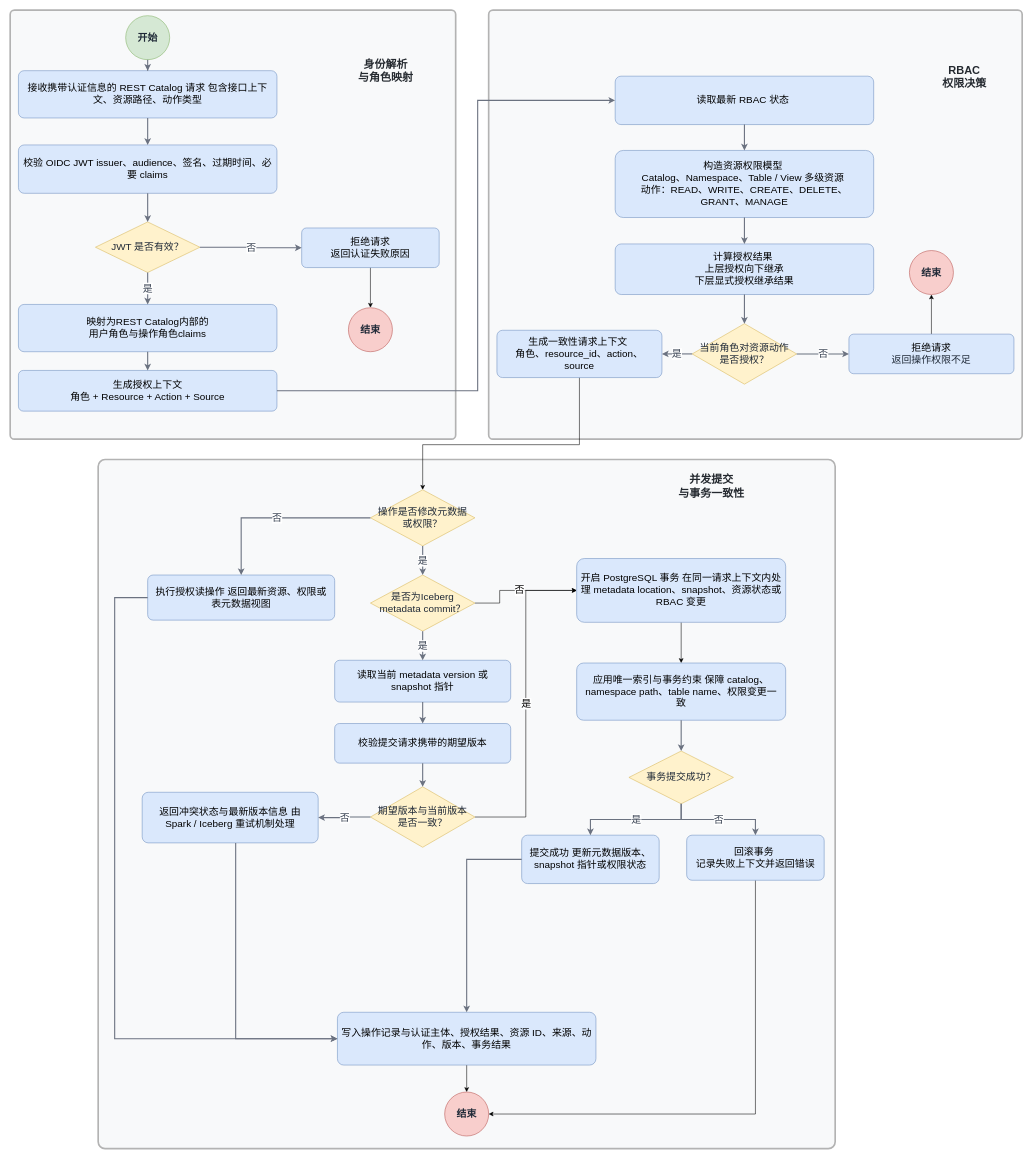
The draw.io diagram frontend/功能点3-3.drawio in ApolloMeridian/miniprogram, before the edit. Source tidied: cells renumbered, new cells numbered last; positions are measured from the earlier drawing's top-left corner, leaving out a move shared by most shapes. Both pictures are drawn from the tidied source at 55%, with x=0, y=0 at pixel (10, 10).
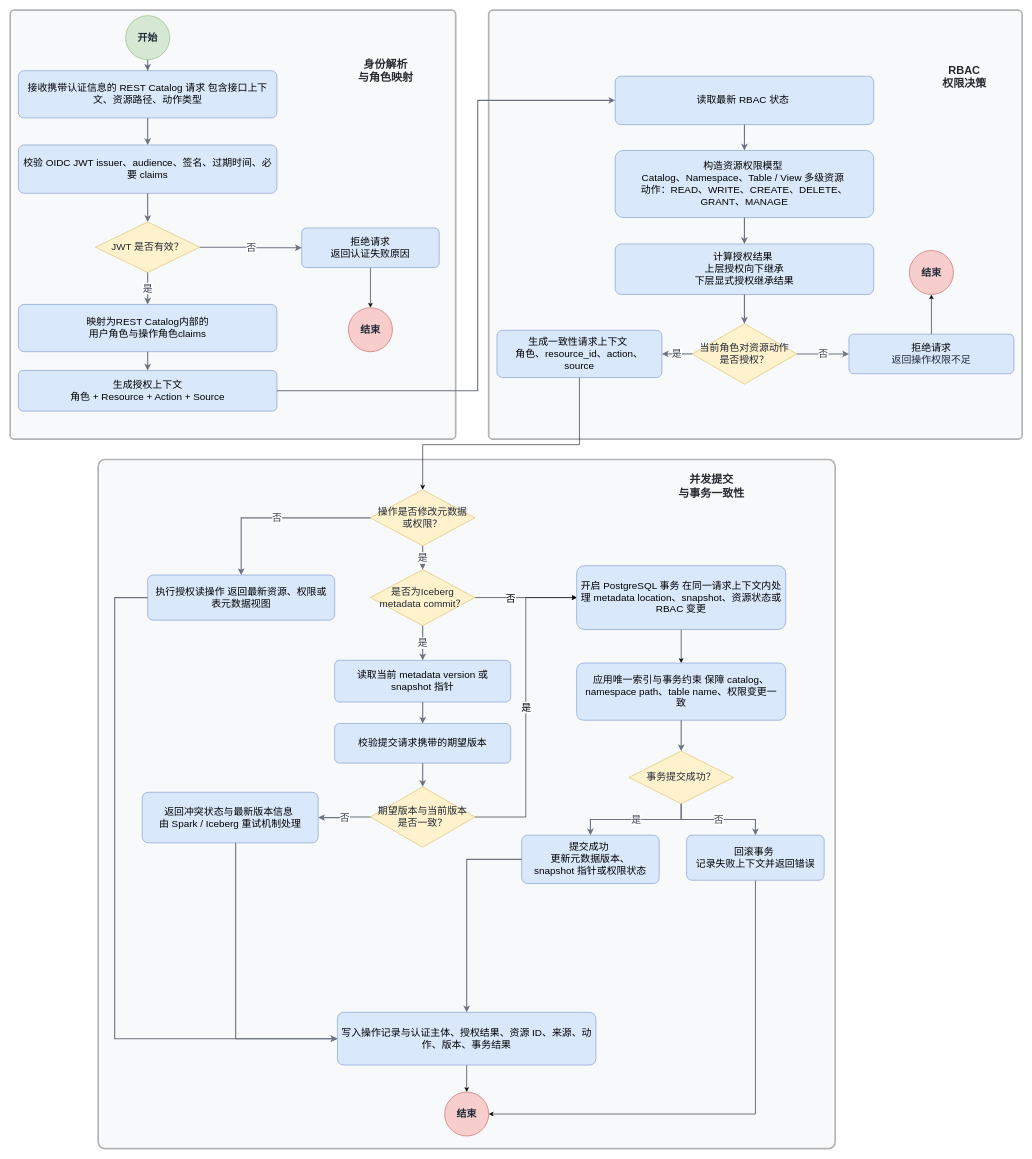
After the change.

Commit message:
更新功能点3-3.drawio

What changed in the source:
```diff
@@
     <mxCell id="23" value="否" style="edgeStyle=orthogonalEdgeStyle;rounded=0;jettySize=auto;html=1;exitX=1;exitY=0.5;exitDx=0;exitDy=0;entryX=0;entryY=0.5;entryDx=0;entryDy=0;fontSize=18;" parent="1" edge="1" source="24" target="31">
-      <mxGeometry relative="1" as="geometry">
-        <Array as="points">
-          <mxPoint x="890" y="1078" />
-          <mxPoint x="890" y="1055" />
-        </Array>
-      </mxGeometry>
+      <mxGeometry x="-0.3" y="-2" relative="1" as="geometry" />
     </mxCell>
     <mxCell id="24" value="是否为Iceberg metadata commit？" style="rhombus;whiteSpace=wrap;html=1;fillColor=#fff2cc;strokeColor=#d6b656;fontSize=18;fontColor=#1f2937;align=center;verticalAlign=middle;spacing=8;" parent="1" vertex="1">
-      <mxGeometry x="655" y="1027" width="190" height="102" as="geometry" />
+      <mxGeometry x="655" y="1017" width="190" height="102" as="geometry" />
     </mxCell>
@@
-    <mxCell id="29" value="返回冲突状态与最新版本信息 由 Spark / Iceberg 重试机制处理" style="rounded=1;whiteSpace=wrap;html=1;arcSize=12;fillColor=#dae8fc;strokeColor=#6c8ebf;fontSize=18;align=center;verticalAlign=middle;spacing=8;" parent="1" vertex="1">
+    <mxCell id="29" value="返回冲突状态与最新版本信息&amp;nbsp;&lt;div&gt;由 Spark / Iceberg 重试机制处理&lt;/div&gt;" style="rounded=1;whiteSpace=wrap;html=1;arcSize=12;fillColor=#dae8fc;strokeColor=#6c8ebf;fontSize=18;align=center;verticalAlign=middle;spacing=8;" parent="1" vertex="1">
       <mxGeometry x="240" y="1422" width="320" height="92" as="geometry" />
     </mxCell>
@@
     <mxCell id="31" value="开启 PostgreSQL 事务 在同一请求上下文内处理 metadata location、snapshot、资源状态或 RBAC 变更" style="rounded=1;whiteSpace=wrap;html=1;arcSize=12;fillColor=#dae8fc;strokeColor=#6c8ebf;fontSize=18;align=center;verticalAlign=middle;spacing=8;" parent="1" vertex="1">
-      <mxGeometry x="1030" y="997" width="380" height="116" as="geometry" />
+      <mxGeometry x="1030" y="1010" width="380" height="116" as="geometry" />
     </mxCell>
@@
-    <mxCell id="36" value="提交成功 更新元数据版本、&lt;div&gt;snapshot 指针或权限状态&lt;/div&gt;" style="rounded=1;whiteSpace=wrap;html=1;arcSize=12;fillColor=#dae8fc;strokeColor=#6c8ebf;fontSize=18;align=center;verticalAlign=middle;spacing=8;" parent="1" vertex="1">
+    <mxCell id="36" value="提交成功&amp;nbsp;&lt;div&gt;更新元数据版本、&lt;div&gt;snapshot 指针或权限状态&lt;/div&gt;&lt;/div&gt;" style="rounded=1;whiteSpace=wrap;html=1;arcSize=12;fillColor=#dae8fc;strokeColor=#6c8ebf;fontSize=18;align=center;verticalAlign=middle;spacing=8;" parent="1" vertex="1">
       <mxGeometry x="930" y="1500" width="250" height="88" as="geometry" />
     </mxCell>
```
